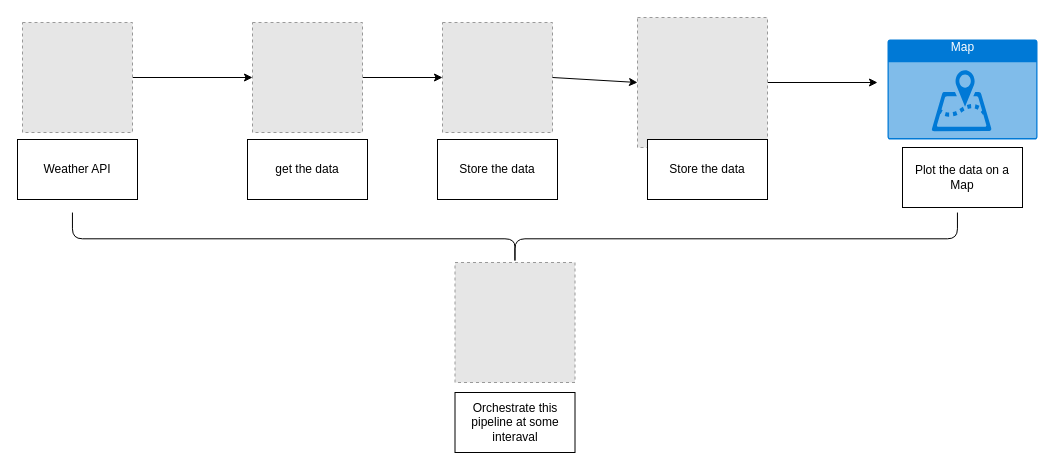
kavyajeetbora/airflow_streamlit_orchestration keeps this draw.io diagram as pipeline.drawio. Above is the earlier version. Source tidied: cells renumbered, new cells numbered last; positions are measured from the earlier drawing's top-left corner, leaving out a move shared by most shapes. Both pictures are drawn from the tidied source at 100%, with x=0, y=0 at pixel (17, -204). Pictures stored in the file or linked from it are replaced by grey dashed boxes.
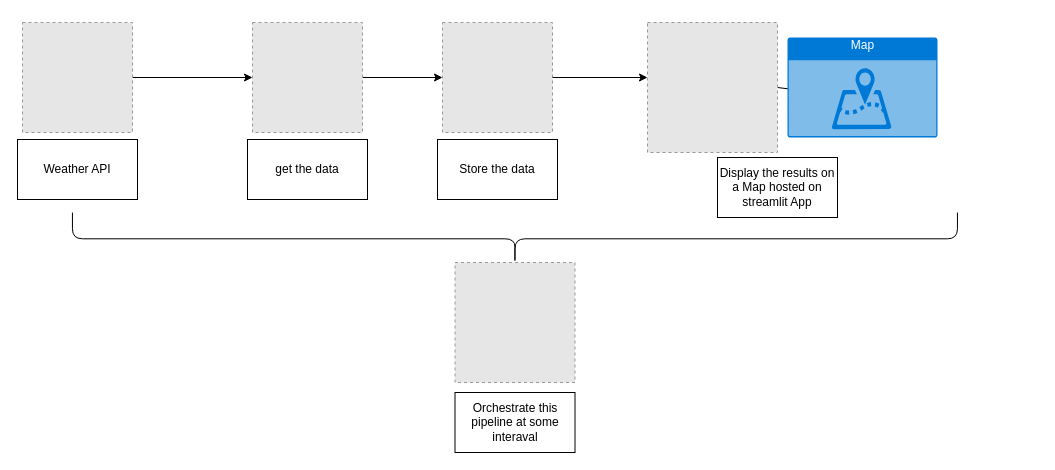
Above is the later version.

Commit message (it also covers changes not shown here):
Add - geospatial data pipeline

The change refers to these unchanged cells:
```xml
<mxCell id="13" style="fillColor=#E6E6E6;strokeColor=#999999;dashed=1;verticalLabelPosition=bottom;labelBackgroundColor=default;verticalAlign=top;" parent="5" vertex="1">
  <mxGeometry x="425" width="110" height="110" as="geometry" />
</mxCell>
```

Diff of the diagram source:
```diff
@@
     <mxCell id="3" style="edgeStyle=none;html=1;exitX=1;exitY=0.5;exitDx=0;exitDy=0;entryX=0;entryY=0.5;entryDx=0;entryDy=0;" parent="1" edge="1" source="4">
       <mxGeometry relative="1" as="geometry">
-        <mxPoint x="860" y="286" as="targetPoint" />
+        <mxPoint x="800" y="296" as="targetPoint" />
       </mxGeometry>
     </mxCell>
     <mxCell id="4" style="fillColor=#E6E6E6;strokeColor=#999999;dashed=1;verticalLabelPosition=bottom;labelBackgroundColor=default;verticalAlign=top;" parent="1" vertex="1">
-      <mxGeometry x="620" y="221" width="130" height="130" as="geometry" />
+      <mxGeometry x="630" y="226" width="130" height="130" as="geometry" />
     </mxCell>
@@
-    <mxCell id="14" style="edgeStyle=none;html=1;exitX=1;exitY=0.5;exitDx=0;exitDy=0;entryX=0;entryY=0.5;entryDx=0;entryDy=0;" parent="1" edge="1" source="13" target="4">
-      <mxGeometry relative="1" as="geometry" />
-    </mxCell>
-    <mxCell id="15" value="Store the data" style="rounded=0;whiteSpace=wrap;html=1;" parent="1" vertex="1">
-      <mxGeometry x="630" y="343" width="120" height="60" as="geometry" />
-    </mxCell>
-    <mxCell id="16" value="Plot the data on a Map" style="rounded=0;whiteSpace=wrap;html=1;" parent="1" vertex="1">
-      <mxGeometry x="885" y="351" width="120" height="60" as="geometry" />
+    <mxCell id="16" value="Display the results on a Map hosted on streamlit App" style="rounded=0;whiteSpace=wrap;html=1;" parent="1" vertex="1">
+      <mxGeometry x="700" y="361" width="120" height="60" as="geometry" />
     </mxCell>
-    <mxCell id="17" value="Map" style="html=1;strokeColor=none;fillColor=#0079D6;labelPosition=center;verticalLabelPosition=middle;verticalAlign=top;align=center;fontSize=12;spacingTop=-6;fontColor=#FFFFFF;sketch=0;shape=mxgraph.sitemap.map;" parent="1" vertex="1">
-      <mxGeometry x="870" y="243" width="150" height="100" as="geometry" />
-    </mxCell>
@@
+    <mxCell id="17" value="Map" style="html=1;strokeColor=none;fillColor=#0079D6;labelPosition=center;verticalLabelPosition=middle;verticalAlign=top;align=center;fontSize=12;spacingTop=-6;fontColor=#FFFFFF;sketch=0;shape=mxgraph.sitemap.map;" parent="1" vertex="1">
+      <mxGeometry x="770" y="241" width="150" height="100" as="geometry" />
+    </mxCell>
+    <mxCell id="20" style="edgeStyle=none;html=1;exitX=1;exitY=0.5;exitDx=0;exitDy=0;" parent="1" edge="1" source="13">
+      <mxGeometry relative="1" as="geometry">
+        <mxPoint x="630" y="281" as="targetPoint" />
+      </mxGeometry>
+    </mxCell>
```
